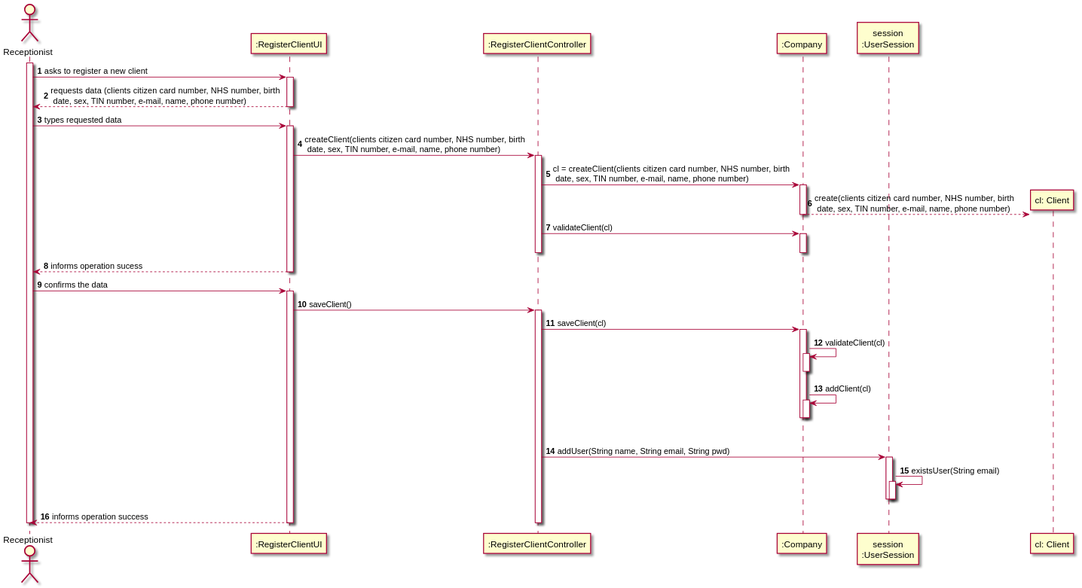
Before: docs/SprintB/US_3/US3_SD.svg, a diagram exported from PlantUML (ana-albergaria/LAPR2-ISEP).
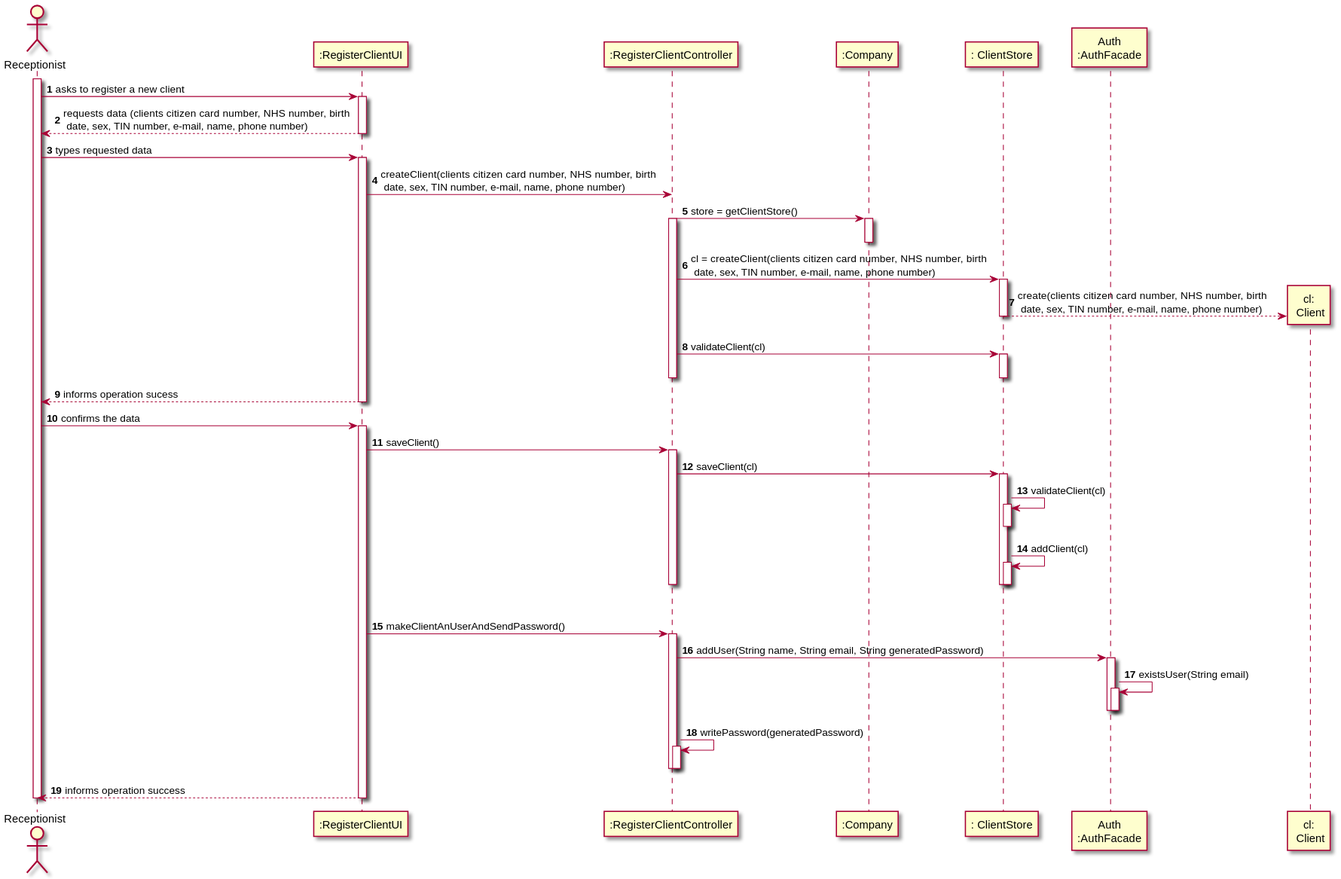
After the commit.

Diff of the diagram source:
```diff
@@ -5,8 +5,9 @@
 participant ":RegisterClientUI" as UI
 participant ":RegisterClientController" as CTRL
 participant ":Company" as CP
-participant "session\n:UserSession" as SESSAO
-participant "cl: Client" as CL
+participant ": ClientStore" as CS
+participant "Auth\n:AuthFacade" as SESSAO
+participant "cl:\n Client" as CL
 
 
 activate RC
@@ -19,21 +20,24 @@
 activate UI
 
 UI -> CTRL : createClient(clients citizen card number, NHS number,  birth \n date, sex, TIN number, e-mail, name, phone number)
+
+CTRL -> CP : store = getClientStore()
+activate CP
+deactivate CP
 activate CTRL
+CTRL -> CS : cl = createClient(clients citizen card number, NHS number,  birth \n date, sex, TIN number, e-mail, name, phone number)
+activate CS
+CS -->  CL** : create(clients citizen card number, NHS number,  birth \n date, sex, TIN number, e-mail, name, phone number)
+deactivate CS
 
-CTRL -> CP : cl = createClient(clients citizen card number, NHS number,  birth \n date, sex, TIN number, e-mail, name, phone number)
-activate CP
-CP -->  CL** : create(clients citizen card number, NHS number,  birth \n date, sex, TIN number, e-mail, name, phone number)
-deactivate CP
+CTRL -> CS : validateClient(cl)
+activate CS
 
-CTRL -> CP : validateClient(cl)
-activate CP
-
-deactivate CP
+deactivate CS
 deactivate CTRL
 
 UI --> RC : informs operation sucess
-deactivate CP
+deactivate CS
 deactivate UI
 
 RC -> UI : confirms the data
@@ -42,23 +46,31 @@
 UI -> CTRL : saveClient()
 activate CTRL
 
-CTRL -> CP : saveClient(cl)
-activate CP
-CP -> CP : validateClient(cl)
-activate CP
-deactivate CP
-CP -> CP : addClient(cl)
-activate CP
-deactivate CP
+CTRL -> CS : saveClient(cl)
+activate CS
+CS -> CS : validateClient(cl)
+activate CS
+deactivate CS
+CS -> CS : addClient(cl)
+activate CS
+deactivate CS
 |||
-deactivate CP
+deactivate CS
+deactivate CTRL
+UI -> CTRL : makeClientAnUserAndSendPassword()
+activate CTRL
 
-CTRL -> SESSAO : addUser(String name, String email, String pwd)
+CTRL -> SESSAO : addUser(String name, String email, String generatedPassword)
 activate SESSAO
 SESSAO -> SESSAO : existsUser(String email)
 activate SESSAO
 deactivate SESSAO
 deactivate SESSAO
+
+CTRL -> CTRL : writePassword(generatedPassword)
+activate CTRL
+deactivate CTRL
+deactivate CTRL
 
 
 
```
